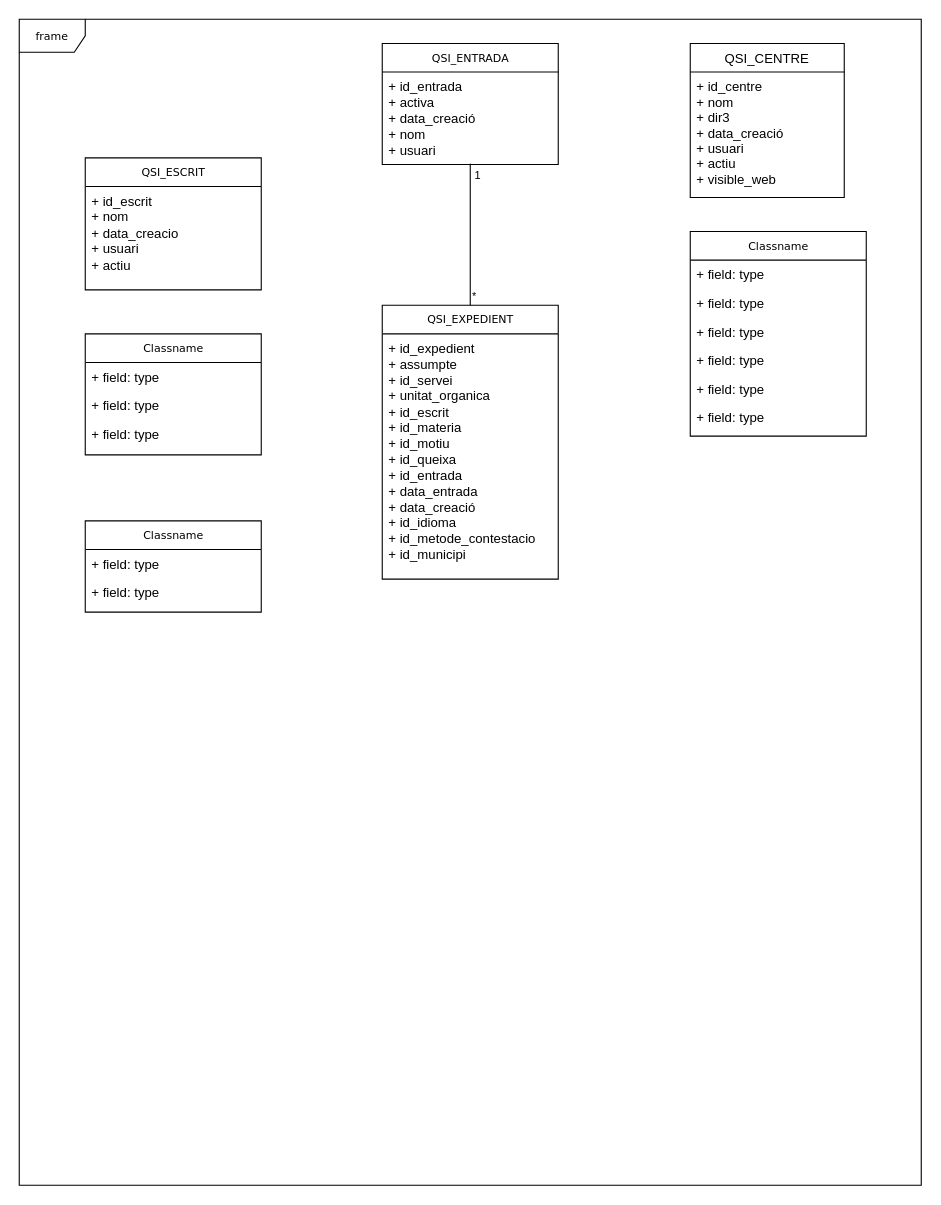
Earlier version of the draw.io diagram qssiDocumentació/qssi_Diagrame_Classes.drawio (vherrera-dgtic/qsi). Source tidied: cells renumbered, new cells numbered last; positions are measured from the earlier drawing's top-left corner, leaving out a move shared by most shapes. Both pictures are drawn from the tidied source at 110%, with x=0, y=0 at pixel (19, 19).
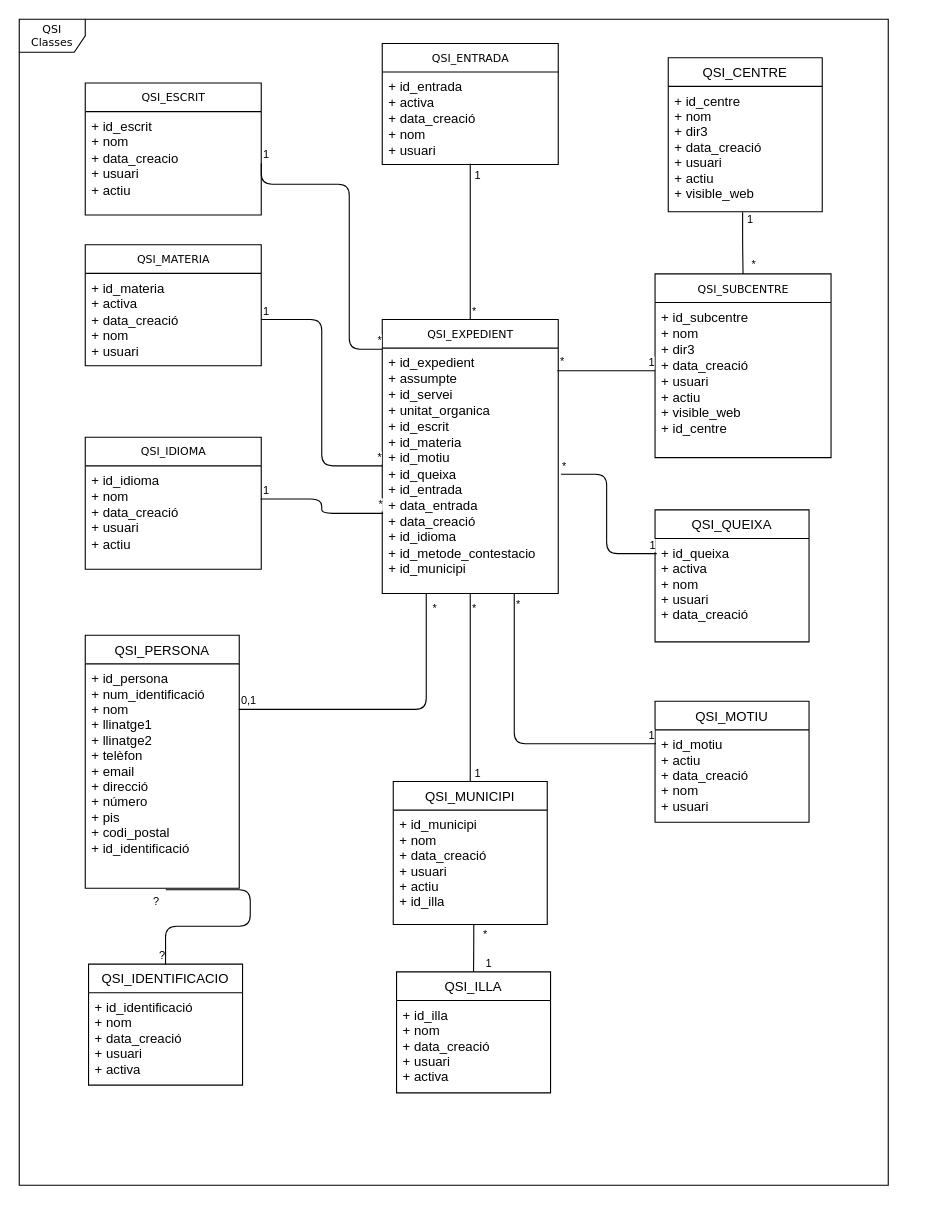
Above is the later version.

The change refers to these unchanged cells:
```xml
<mxCell id="13" value="+ id_expedient&lt;br&gt;+ assumpte&lt;br&gt;+ id_servei&lt;br&gt;+ unitat_organica&lt;br&gt;+ id_escrit&lt;br&gt;+ id_materia&lt;br&gt;+ id_motiu&lt;br&gt;+ id_queixa&lt;br&gt;+ id_entrada&lt;br&gt;+ data_entrada&lt;br&gt;+ data_creació&lt;br&gt;+ id_idioma&lt;br&gt;+ id_metode_contestacio&lt;br&gt;+ id_municipi&lt;br&gt;&lt;br&gt;" style="text;html=1;strokeColor=none;fillColor=none;align=left;verticalAlign=top;spacingLeft=4;spacingRight=4;whiteSpace=wrap;overflow=hidden;points=[[0,0.5],[1,0.5]];portConstraint=eastwest;" parent="12" vertex="1">
  <mxGeometry y="26" width="160" height="214" as="geometry" />
</mxCell>
<mxCell id="22" value="+ id_escrit&lt;br&gt;+ nom&lt;br&gt;+ data_creacio&lt;br&gt;+ usuari&lt;br&gt;+ actiu&lt;br&gt;" style="text;html=1;strokeColor=none;fillColor=none;align=left;verticalAlign=top;spacingLeft=4;spacingRight=4;whiteSpace=wrap;overflow=hidden;points=[[0,0.5],[1,0.5]];portConstraint=eastwest;" parent="21" vertex="1">
  <mxGeometry y="26" width="160" height="94" as="geometry" />
</mxCell>
<mxCell id="27" value="+ id_centre&#10;+ nom&#10;+ dir3&#10;+ data_creació&#10;+ usuari&#10;+ actiu&#10;+ visible_web&#10;" style="text;strokeColor=none;fillColor=none;align=left;verticalAlign=top;spacingLeft=4;spacingRight=4;overflow=hidden;points=[[0,0.5],[1,0.5]];portConstraint=eastwest;" parent="26" vertex="1">
  <mxGeometry y="26" width="140" height="114" as="geometry" />
</mxCell>
```

What changed in the source:
```diff
@@
-    <mxCell id="2" value="frame" style="shape=umlFrame;whiteSpace=wrap;html=1;rounded=0;shadow=0;comic=0;labelBackgroundColor=none;strokeColor=#000000;strokeWidth=1;fillColor=#ffffff;fontFamily=Verdana;fontSize=10;fontColor=#000000;align=center;" parent="1" vertex="1">
-      <mxGeometry width="820" height="1060" as="geometry" />
+    <mxCell id="2" value="QSI Classes" style="shape=umlFrame;whiteSpace=wrap;html=1;rounded=0;shadow=0;comic=0;labelBackgroundColor=none;strokeColor=#000000;strokeWidth=1;fillColor=#ffffff;fontFamily=Verdana;fontSize=10;fontColor=#000000;align=center;" parent="1" vertex="1">
+      <mxGeometry width="790" height="1060" as="geometry" />
     </mxCell>
-    <mxCell id="3" value="Classname" style="swimlane;html=1;fontStyle=0;horizontal=1;startSize=26;fillColor=none;swimlaneFillColor=#ffffff;rounded=0;shadow=0;comic=0;labelBackgroundColor=none;strokeColor=#000000;strokeWidth=1;fontFamily=Verdana;fontSize=10;fontColor=#000000;align=center;" parent="1" vertex="1">
-      <mxGeometry x="610" y="193" width="160" height="186" as="geometry" />
+    <mxCell id="3" value="QSI_SUBCENTRE" style="swimlane;html=1;fontStyle=0;horizontal=1;startSize=26;fillColor=none;swimlaneFillColor=#ffffff;rounded=0;shadow=0;comic=0;labelBackgroundColor=none;strokeColor=#000000;strokeWidth=1;fontFamily=Verdana;fontSize=10;fontColor=#000000;align=center;" parent="1" vertex="1">
+      <mxGeometry x="578" y="231.5" width="160" height="167" as="geometry" />
     </mxCell>
-    <mxCell id="4" value="+ field: type" style="text;html=1;strokeColor=none;fillColor=none;align=left;verticalAlign=top;spacingLeft=4;spacingRight=4;whiteSpace=wrap;overflow=hidden;points=[[0,0.5],[1,0.5]];portConstraint=eastwest;" parent="3" vertex="1">
-      <mxGeometry y="26" width="160" height="26" as="geometry" />
+    <mxCell id="4" value="+ id_subcentre&lt;br&gt;+ nom&lt;br&gt;+ dir3&lt;br&gt;+ data_creació&lt;br&gt;+ usuari&lt;br&gt;+ actiu&lt;br&gt;+ visible_web&lt;br&gt;+ id_centre&lt;br&gt;" style="text;html=1;strokeColor=none;fillColor=none;align=left;verticalAlign=top;spacingLeft=4;spacingRight=4;whiteSpace=wrap;overflow=hidden;points=[[0,0.5],[1,0.5]];portConstraint=eastwest;" parent="3" vertex="1">
+      <mxGeometry y="26" width="160" height="124" as="geometry" />
     </mxCell>
-    <mxCell id="5" value="+ field: type" style="text;html=1;strokeColor=none;fillColor=none;align=left;verticalAlign=top;spacingLeft=4;spacingRight=4;whiteSpace=wrap;overflow=hidden;" parent="3" vertex="1">
-      <mxGeometry y="52" width="160" height="26" as="geometry" />
-    </mxCell>
-    <mxCell id="6" value="+ field: type" style="text;html=1;strokeColor=none;fillColor=none;align=left;verticalAlign=top;spacingLeft=4;spacingRight=4;whiteSpace=wrap;overflow=hidden;" parent="3" vertex="1">
-      <mxGeometry y="78" width="160" height="26" as="geometry" />
-    </mxCell>
-    <mxCell id="7" value="+ field: type" style="text;html=1;strokeColor=none;fillColor=none;align=left;verticalAlign=top;spacingLeft=4;spacingRight=4;whiteSpace=wrap;overflow=hidden;" parent="3" vertex="1">
-      <mxGeometry y="104" width="160" height="26" as="geometry" />
-    </mxCell>
-    <mxCell id="8" value="+ field: type" style="text;html=1;strokeColor=none;fillColor=none;align=left;verticalAlign=top;spacingLeft=4;spacingRight=4;whiteSpace=wrap;overflow=hidden;" parent="3" vertex="1">
-      <mxGeometry y="130" width="160" height="26" as="geometry" />
-    </mxCell>
-    <mxCell id="9" value="+ field: type" style="text;html=1;strokeColor=none;fillColor=none;align=left;verticalAlign=top;spacingLeft=4;spacingRight=4;whiteSpace=wrap;overflow=hidden;" parent="3" vertex="1">
-      <mxGeometry y="156" width="160" height="26" as="geometry" />
-    </mxCell>
@@
     <mxCell id="12" value="QSI_EXPEDIENT" style="swimlane;html=1;fontStyle=0;horizontal=1;startSize=26;fillColor=none;swimlaneFillColor=#ffffff;rounded=0;shadow=0;comic=0;labelBackgroundColor=none;strokeColor=#000000;strokeWidth=1;fontFamily=Verdana;fontSize=10;fontColor=#000000;align=center;" parent="1" vertex="1">
-      <mxGeometry x="330" y="260" width="160" height="249" as="geometry" />
+      <mxGeometry x="330" y="273" width="160" height="249" as="geometry" />
     </mxCell>
@@
-    <mxCell id="14" value="Classname" style="swimlane;html=1;fontStyle=0;horizontal=1;startSize=26;fillColor=none;swimlaneFillColor=#ffffff;rounded=0;shadow=0;comic=0;labelBackgroundColor=none;strokeColor=#000000;strokeWidth=1;fontFamily=Verdana;fontSize=10;fontColor=#000000;align=center;" parent="1" vertex="1">
-      <mxGeometry x="60" y="456" width="160" height="83" as="geometry" />
+    <mxCell id="14" value="QSI_IDIOMA" style="swimlane;html=1;fontStyle=0;horizontal=1;startSize=26;fillColor=none;swimlaneFillColor=#ffffff;rounded=0;shadow=0;comic=0;labelBackgroundColor=none;strokeColor=#000000;strokeWidth=1;fontFamily=Verdana;fontSize=10;fontColor=#000000;align=center;" parent="1" vertex="1">
+      <mxGeometry x="60" y="380" width="160" height="120" as="geometry" />
     </mxCell>
-    <mxCell id="15" value="+ field: type" style="text;html=1;strokeColor=none;fillColor=none;align=left;verticalAlign=top;spacingLeft=4;spacingRight=4;whiteSpace=wrap;overflow=hidden;points=[[0,0.5],[1,0.5]];portConstraint=eastwest;" parent="14" vertex="1">
-      <mxGeometry y="26" width="160" height="26" as="geometry" />
+    <mxCell id="15" value="+ id_idioma&lt;br&gt;+ nom&lt;br&gt;+ data_creació&lt;br&gt;+ usuari&lt;br&gt;+ actiu&lt;br&gt;" style="text;html=1;strokeColor=none;fillColor=none;align=left;verticalAlign=top;spacingLeft=4;spacingRight=4;whiteSpace=wrap;overflow=hidden;points=[[0,0.5],[1,0.5]];portConstraint=eastwest;" parent="14" vertex="1">
+      <mxGeometry y="26" width="160" height="94" as="geometry" />
     </mxCell>
-    <mxCell id="16" value="+ field: type" style="text;html=1;strokeColor=none;fillColor=none;align=left;verticalAlign=top;spacingLeft=4;spacingRight=4;whiteSpace=wrap;overflow=hidden;" parent="14" vertex="1">
-      <mxGeometry y="52" width="160" height="26" as="geometry" />
-    </mxCell>
-    <mxCell id="17" value="Classname" style="swimlane;html=1;fontStyle=0;horizontal=1;startSize=26;fillColor=none;swimlaneFillColor=#ffffff;rounded=0;shadow=0;comic=0;labelBackgroundColor=none;strokeColor=#000000;strokeWidth=1;fontFamily=Verdana;fontSize=10;fontColor=#000000;align=center;" parent="1" vertex="1">
-      <mxGeometry x="60" y="286" width="160" height="110" as="geometry" />
+    <mxCell id="17" value="QSI_MATERIA" style="swimlane;html=1;fontStyle=0;horizontal=1;startSize=26;fillColor=none;swimlaneFillColor=#ffffff;rounded=0;shadow=0;comic=0;labelBackgroundColor=none;strokeColor=#000000;strokeWidth=1;fontFamily=Verdana;fontSize=10;fontColor=#000000;align=center;" parent="1" vertex="1">
+      <mxGeometry x="60" y="205" width="160" height="110" as="geometry" />
     </mxCell>
-    <mxCell id="18" value="+ field: type" style="text;html=1;strokeColor=none;fillColor=none;align=left;verticalAlign=top;spacingLeft=4;spacingRight=4;whiteSpace=wrap;overflow=hidden;points=[[0,0.5],[1,0.5]];portConstraint=eastwest;" parent="17" vertex="1">
-      <mxGeometry y="26" width="160" height="26" as="geometry" />
+    <mxCell id="18" value="+ id_materia&lt;br&gt;+ activa&lt;br&gt;+ data_creació&lt;br&gt;+ nom&lt;br&gt;+ usuari&lt;br&gt;" style="text;html=1;strokeColor=none;fillColor=none;align=left;verticalAlign=top;spacingLeft=4;spacingRight=4;whiteSpace=wrap;overflow=hidden;points=[[0,0.5],[1,0.5]];portConstraint=eastwest;" parent="17" vertex="1">
+      <mxGeometry y="26" width="160" height="84" as="geometry" />
     </mxCell>
-    <mxCell id="19" value="+ field: type" style="text;html=1;strokeColor=none;fillColor=none;align=left;verticalAlign=top;spacingLeft=4;spacingRight=4;whiteSpace=wrap;overflow=hidden;" parent="17" vertex="1">
-      <mxGeometry y="52" width="160" height="26" as="geometry" />
-    </mxCell>
-    <mxCell id="20" value="+ field: type" style="text;html=1;strokeColor=none;fillColor=none;align=left;verticalAlign=top;spacingLeft=4;spacingRight=4;whiteSpace=wrap;overflow=hidden;" parent="17" vertex="1">
-      <mxGeometry y="78" width="160" height="26" as="geometry" />
-    </mxCell>
     <mxCell id="21" value="QSI_ESCRIT" style="swimlane;html=1;fontStyle=0;horizontal=1;startSize=26;fillColor=none;swimlaneFillColor=#ffffff;rounded=0;shadow=0;comic=0;labelBackgroundColor=none;strokeColor=#000000;strokeWidth=1;fontFamily=Verdana;fontSize=10;fontColor=#000000;align=center;" parent="1" vertex="1">
-      <mxGeometry x="60" y="126" width="160" height="120" as="geometry" />
+      <mxGeometry x="60" y="58" width="160" height="120" as="geometry" />
     </mxCell>
@@
     <mxCell id="26" value="QSI_CENTRE" style="swimlane;fontStyle=0;horizontal=1;startSize=26;fillColor=none;" parent="1" vertex="1">
-      <mxGeometry x="610" y="22" width="140" height="140" as="geometry" />
+      <mxGeometry x="590" y="35" width="140" height="140" as="geometry" />
     </mxCell>
@@
+    <mxCell id="28" style="endArrow=none;html=1;edgeStyle=orthogonalEdgeStyle;exitX=0.483;exitY=1.004;exitDx=0;exitDy=0;exitPerimeter=0;entryX=0.5;entryY=0;entryDx=0;entryDy=0;" parent="1" edge="1" source="27" target="3">
+      <mxGeometry relative="1" as="geometry" />
+    </mxCell>
+    <mxCell id="29" value="1&lt;br&gt;" style="html=1;align=left;verticalAlign=bottom;labelBackgroundColor=#ffffff;fontSize=10;" parent="28" vertex="1">
+      <mxGeometry x="-1" relative="1" as="geometry">
+        <mxPoint x="2" y="15" as="offset" />
+      </mxGeometry>
+    </mxCell>
+    <mxCell id="30" value="*" style="html=1;align=right;verticalAlign=bottom;labelBackgroundColor=#ffffff;fontSize=10;" parent="28" vertex="1">
+      <mxGeometry x="1" relative="1" as="geometry">
+        <mxPoint x="12" as="offset" />
+      </mxGeometry>
+    </mxCell>
+    <mxCell id="31" value="QSI_QUEIXA" style="swimlane;fontStyle=0;horizontal=1;startSize=26;fillColor=none;" parent="1" vertex="1">
+      <mxGeometry x="578" y="446" width="140" height="120" as="geometry" />
+    </mxCell>
+    <mxCell id="32" value="+ id_queixa&#10;+ activa&#10;+ nom&#10;+ usuari&#10;+ data_creació&#10;" style="text;strokeColor=none;fillColor=none;align=left;verticalAlign=top;spacingLeft=4;spacingRight=4;overflow=hidden;points=[[0,0.5],[1,0.5]];portConstraint=eastwest;" parent="31" vertex="1">
+      <mxGeometry y="26" width="140" height="94" as="geometry" />
+    </mxCell>
+    <mxCell id="33" value="QSI_MOTIU" style="swimlane;fontStyle=0;horizontal=1;startSize=26;fillColor=none;" parent="1" vertex="1">
+      <mxGeometry x="578" y="620" width="140" height="110" as="geometry" />
+    </mxCell>
+    <mxCell id="34" value="+ id_motiu&#10;+ actiu&#10;+ data_creació&#10;+ nom&#10;+ usuari&#10;" style="text;strokeColor=none;fillColor=none;align=left;verticalAlign=top;spacingLeft=4;spacingRight=4;overflow=hidden;points=[[0,0.5],[1,0.5]];portConstraint=eastwest;" parent="33" vertex="1">
+      <mxGeometry y="26" width="140" height="84" as="geometry" />
+    </mxCell>
+    <mxCell id="35" value="QSI_MUNICIPI" style="swimlane;fontStyle=0;horizontal=1;startSize=26;fillColor=none;" parent="1" vertex="1">
+      <mxGeometry x="340" y="693" width="140" height="130" as="geometry" />
+    </mxCell>
+    <mxCell id="36" value="+ id_municipi&#10;+ nom&#10;+ data_creació&#10;+ usuari&#10;+ actiu&#10;+ id_illa&#10;" style="text;strokeColor=none;fillColor=none;align=left;verticalAlign=top;spacingLeft=4;spacingRight=4;overflow=hidden;points=[[0,0.5],[1,0.5]];portConstraint=eastwest;" parent="35" vertex="1">
+      <mxGeometry y="26" width="140" height="104" as="geometry" />
+    </mxCell>
+    <mxCell id="37" value="QSI_ILLA" style="swimlane;fontStyle=0;horizontal=1;startSize=26;fillColor=none;" parent="1" vertex="1">
+      <mxGeometry x="343" y="866" width="140" height="110" as="geometry" />
+    </mxCell>
+    <mxCell id="38" value="+ id_illa&#10;+ nom&#10;+ data_creació&#10;+ usuari&#10;+ activa&#10;" style="text;strokeColor=none;fillColor=none;align=left;verticalAlign=top;spacingLeft=4;spacingRight=4;overflow=hidden;" parent="37" vertex="1">
+      <mxGeometry y="26" width="140" height="84" as="geometry" />
+    </mxCell>
+    <mxCell id="39" value="QSI_PERSONA" style="swimlane;fontStyle=0;horizontal=1;startSize=26;fillColor=none;" parent="1" vertex="1">
+      <mxGeometry x="60" y="560" width="140" height="230" as="geometry" />
+    </mxCell>
+    <mxCell id="40" value="+ id_persona&#10;+ num_identificació&#10;+ nom&#10;+ llinatge1&#10;+ llinatge2&#10;+ telèfon&#10;+ email&#10;+ direcció&#10;+ número&#10;+ pis&#10;+ codi_postal&#10;+ id_identificació&#10;" style="text;strokeColor=none;fillColor=none;align=left;verticalAlign=top;spacingLeft=4;spacingRight=4;overflow=hidden;points=[[0,0.5],[1,0.5]];portConstraint=eastwest;" parent="39" vertex="1">
+      <mxGeometry y="26" width="140" height="204" as="geometry" />
+    </mxCell>
+    <mxCell id="41" value="QSI_IDENTIFICACIO" style="swimlane;fontStyle=0;horizontal=1;startSize=26;fillColor=none;" parent="1" vertex="1">
+      <mxGeometry x="63" y="859" width="140" height="110" as="geometry" />
+    </mxCell>
+    <mxCell id="42" value="+ id_identificació&#10;+ nom&#10;+ data_creació&#10;+ usuari&#10;+ activa&#10;" style="text;strokeColor=none;fillColor=none;align=left;verticalAlign=top;spacingLeft=4;spacingRight=4;overflow=hidden;" parent="41" vertex="1">
+      <mxGeometry y="26" width="140" height="84" as="geometry" />
+    </mxCell>
+    <mxCell id="43" style="endArrow=none;html=1;edgeStyle=orthogonalEdgeStyle;exitX=1;exitY=0.5;exitDx=0;exitDy=0;" parent="1" edge="1" source="22" target="13">
+      <mxGeometry relative="1" as="geometry">
+        <Array as="points">
+          <mxPoint x="220" y="150" />
+          <mxPoint x="300" y="150" />
+          <mxPoint x="300" y="300" />
+        </Array>
+      </mxGeometry>
+    </mxCell>
+    <mxCell id="44" value="1" style="html=1;align=left;verticalAlign=bottom;labelBackgroundColor=#ffffff;fontSize=10;" parent="43" vertex="1">
+      <mxGeometry x="-1" relative="1" as="geometry" />
+    </mxCell>
+    <mxCell id="45" value="*" style="html=1;align=right;verticalAlign=bottom;labelBackgroundColor=#ffffff;fontSize=10;" parent="43" vertex="1">
+      <mxGeometry x="1" relative="1" as="geometry" />
+    </mxCell>
+    <mxCell id="46" style="endArrow=none;html=1;edgeStyle=orthogonalEdgeStyle;entryX=0;entryY=0.5;entryDx=0;entryDy=0;exitX=1;exitY=0.5;exitDx=0;exitDy=0;" parent="1" edge="1" source="18" target="13">
+      <mxGeometry relative="1" as="geometry" />
+    </mxCell>
+    <mxCell id="47" value="1" style="html=1;align=left;verticalAlign=bottom;labelBackgroundColor=#ffffff;fontSize=10;" parent="46" vertex="1">
+      <mxGeometry x="-1" relative="1" as="geometry" />
+    </mxCell>
+    <mxCell id="48" value="*" style="html=1;align=right;verticalAlign=bottom;labelBackgroundColor=#ffffff;fontSize=10;" parent="46" vertex="1">
+      <mxGeometry x="1" relative="1" as="geometry" />
+    </mxCell>
+    <mxCell id="49" style="endArrow=none;html=1;edgeStyle=orthogonalEdgeStyle;entryX=0.005;entryY=0.702;entryDx=0;entryDy=0;entryPerimeter=0;exitX=0.997;exitY=0.321;exitDx=0;exitDy=0;exitPerimeter=0;" parent="1" edge="1" source="15" target="13">
+      <mxGeometry relative="1" as="geometry" />
+    </mxCell>
+    <mxCell id="50" value="1" style="html=1;align=left;verticalAlign=bottom;labelBackgroundColor=#ffffff;fontSize=10;" parent="49" vertex="1">
+      <mxGeometry x="-1" relative="1" as="geometry" />
+    </mxCell>
+    <mxCell id="51" value="*" style="html=1;align=right;verticalAlign=bottom;labelBackgroundColor=#ffffff;fontSize=10;" parent="49" vertex="1">
+      <mxGeometry x="1" relative="1" as="geometry" />
+    </mxCell>
+    <mxCell id="52" style="endArrow=none;html=1;edgeStyle=orthogonalEdgeStyle;entryX=0.25;entryY=1;entryDx=0;entryDy=0;exitX=0.997;exitY=0.203;exitDx=0;exitDy=0;exitPerimeter=0;" parent="1" edge="1" source="40" target="12">
+      <mxGeometry relative="1" as="geometry" />
+    </mxCell>
+    <mxCell id="53" value="0,1" style="html=1;align=left;verticalAlign=bottom;labelBackgroundColor=#ffffff;fontSize=10;" parent="52" vertex="1">
+      <mxGeometry x="-1" relative="1" as="geometry" />
+    </mxCell>
+    <mxCell id="54" value="*" style="html=1;align=right;verticalAlign=bottom;labelBackgroundColor=#ffffff;fontSize=10;" parent="52" vertex="1">
+      <mxGeometry x="1" relative="1" as="geometry">
+        <mxPoint x="10" y="21" as="offset" />
+      </mxGeometry>
+    </mxCell>
+    <mxCell id="55" style="endArrow=none;html=1;edgeStyle=orthogonalEdgeStyle;entryX=0.5;entryY=0;entryDx=0;entryDy=0;exitX=0.523;exitY=1.007;exitDx=0;exitDy=0;exitPerimeter=0;" parent="1" edge="1" source="40" target="41">
+      <mxGeometry relative="1" as="geometry" />
+    </mxCell>
+    <mxCell id="56" value="?" style="html=1;align=left;verticalAlign=bottom;labelBackgroundColor=#ffffff;fontSize=10;" parent="55" vertex="1">
+      <mxGeometry x="-1" relative="1" as="geometry">
+        <mxPoint x="-13" y="19" as="offset" />
+      </mxGeometry>
+    </mxCell>
+    <mxCell id="57" value="?" style="html=1;align=right;verticalAlign=bottom;labelBackgroundColor=#ffffff;fontSize=10;" parent="55" vertex="1">
+      <mxGeometry x="1" relative="1" as="geometry" />
+    </mxCell>
+    <mxCell id="58" style="endArrow=none;html=1;edgeStyle=orthogonalEdgeStyle;entryX=0.5;entryY=0;entryDx=0;entryDy=0;exitX=0.5;exitY=1;exitDx=0;exitDy=0;" parent="1" edge="1" source="12" target="35">
+      <mxGeometry relative="1" as="geometry" />
+    </mxCell>
+    <mxCell id="59" value="*" style="html=1;align=left;verticalAlign=bottom;labelBackgroundColor=#ffffff;fontSize=10;" parent="58" vertex="1">
+      <mxGeometry x="-1" relative="1" as="geometry">
+        <mxPoint y="21" as="offset" />
+      </mxGeometry>
+    </mxCell>
+    <mxCell id="60" value="1" style="html=1;align=right;verticalAlign=bottom;labelBackgroundColor=#ffffff;fontSize=10;" parent="58" vertex="1">
+      <mxGeometry x="1" relative="1" as="geometry">
+        <mxPoint x="10" as="offset" />
+      </mxGeometry>
+    </mxCell>
+    <mxCell id="61" style="endArrow=none;html=1;edgeStyle=orthogonalEdgeStyle;entryX=0.5;entryY=0;entryDx=0;entryDy=0;exitX=0.523;exitY=0.996;exitDx=0;exitDy=0;exitPerimeter=0;" parent="1" edge="1" source="36" target="37">
+      <mxGeometry relative="1" as="geometry" />
+    </mxCell>
+    <mxCell id="62" value="*" style="html=1;align=left;verticalAlign=bottom;labelBackgroundColor=#ffffff;fontSize=10;" parent="61" vertex="1">
+      <mxGeometry x="-1" relative="1" as="geometry">
+        <mxPoint x="7" y="17" as="offset" />
+      </mxGeometry>
+    </mxCell>
+    <mxCell id="63" value="1" style="html=1;align=right;verticalAlign=bottom;labelBackgroundColor=#ffffff;fontSize=10;" parent="61" vertex="1">
+      <mxGeometry x="1" relative="1" as="geometry">
+        <mxPoint x="17" as="offset" />
+      </mxGeometry>
+    </mxCell>
+    <mxCell id="64" style="endArrow=none;html=1;edgeStyle=orthogonalEdgeStyle;exitX=0.995;exitY=0.096;exitDx=0;exitDy=0;exitPerimeter=0;" parent="1" edge="1" source="13" target="4">
+      <mxGeometry relative="1" as="geometry" />
+    </mxCell>
+    <mxCell id="65" value="*" style="html=1;align=left;verticalAlign=bottom;labelBackgroundColor=#ffffff;fontSize=10;" parent="64" vertex="1">
+      <mxGeometry x="-1" relative="1" as="geometry">
+        <mxPoint x="1" y="-0.5" as="offset" />
+      </mxGeometry>
+    </mxCell>
+    <mxCell id="66" value="1" style="html=1;align=right;verticalAlign=bottom;labelBackgroundColor=#ffffff;fontSize=10;" parent="64" vertex="1">
+      <mxGeometry x="1" relative="1" as="geometry" />
+    </mxCell>
+    <mxCell id="67" style="endArrow=none;html=1;edgeStyle=orthogonalEdgeStyle;exitX=1.015;exitY=0.536;exitDx=0;exitDy=0;exitPerimeter=0;entryX=0.011;entryY=0.147;entryDx=0;entryDy=0;entryPerimeter=0;" parent="1" edge="1" source="13" target="32">
+      <mxGeometry relative="1" as="geometry" />
+    </mxCell>
+    <mxCell id="68" value="*" style="html=1;align=left;verticalAlign=bottom;labelBackgroundColor=#ffffff;fontSize=10;" parent="67" vertex="1">
+      <mxGeometry x="-1" relative="1" as="geometry" />
+    </mxCell>
+    <mxCell id="69" value="1" style="html=1;align=right;verticalAlign=bottom;labelBackgroundColor=#ffffff;fontSize=10;" parent="67" vertex="1">
+      <mxGeometry x="1" relative="1" as="geometry" />
+    </mxCell>
+    <mxCell id="70" style="endArrow=none;html=1;edgeStyle=orthogonalEdgeStyle;entryX=0.006;entryY=0.15;entryDx=0;entryDy=0;entryPerimeter=0;exitX=0.75;exitY=1;exitDx=0;exitDy=0;" parent="1" edge="1" source="12" target="34">
+      <mxGeometry relative="1" as="geometry" />
+    </mxCell>
+    <mxCell id="71" value="*" style="html=1;align=left;verticalAlign=bottom;labelBackgroundColor=#ffffff;fontSize=10;" parent="70" vertex="1">
+      <mxGeometry x="-1" relative="1" as="geometry">
+        <mxPoint y="18" as="offset" />
+      </mxGeometry>
+    </mxCell>
+    <mxCell id="72" value="1" style="html=1;align=right;verticalAlign=bottom;labelBackgroundColor=#ffffff;fontSize=10;" parent="70" vertex="1">
+      <mxGeometry x="1" relative="1" as="geometry" />
+    </mxCell>
```
